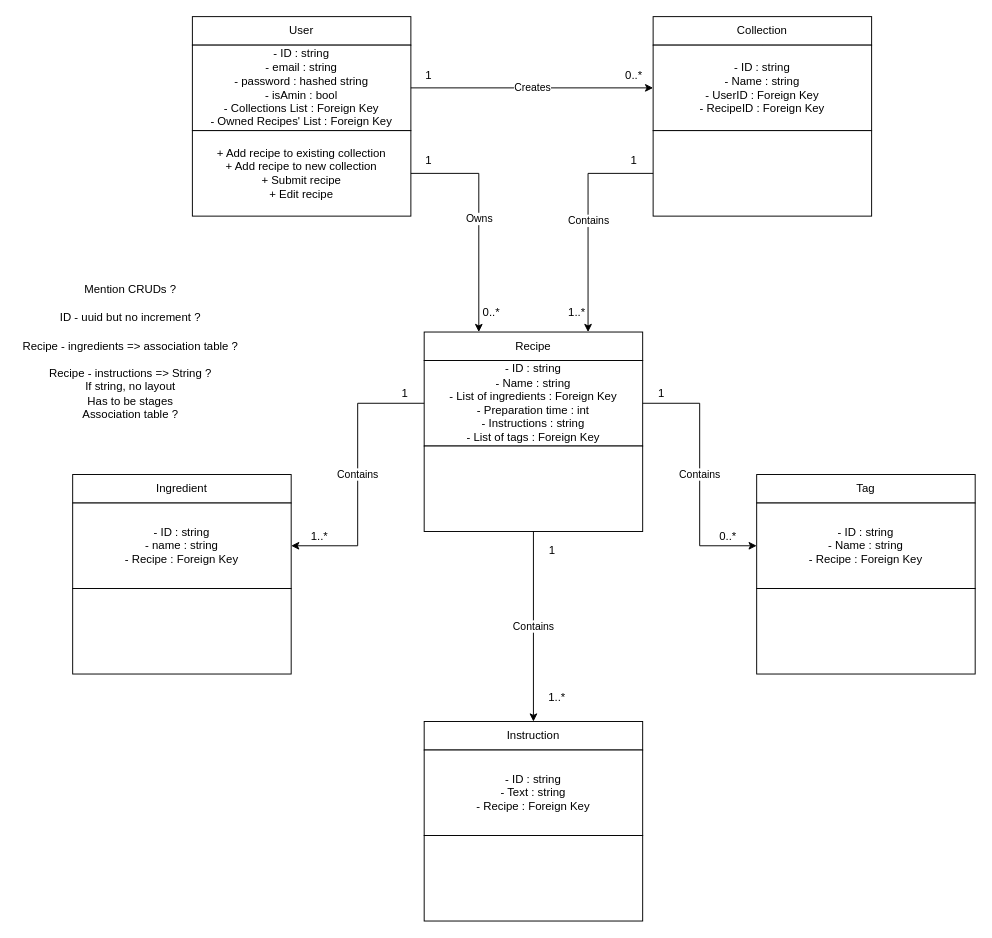
Before: part3/5_components_-_classes_-_database_design/ClassDiagram.drawio in jmitchell35/holbertonschool-portfolio_project, a draw.io diagram. Source tidied: cells renumbered, new cells numbered last; positions are measured from the earlier drawing's top-left corner, leaving out a move shared by most shapes. Both pictures are drawn from the tidied source at 95%, with x=0, y=0 at pixel (16, 16).
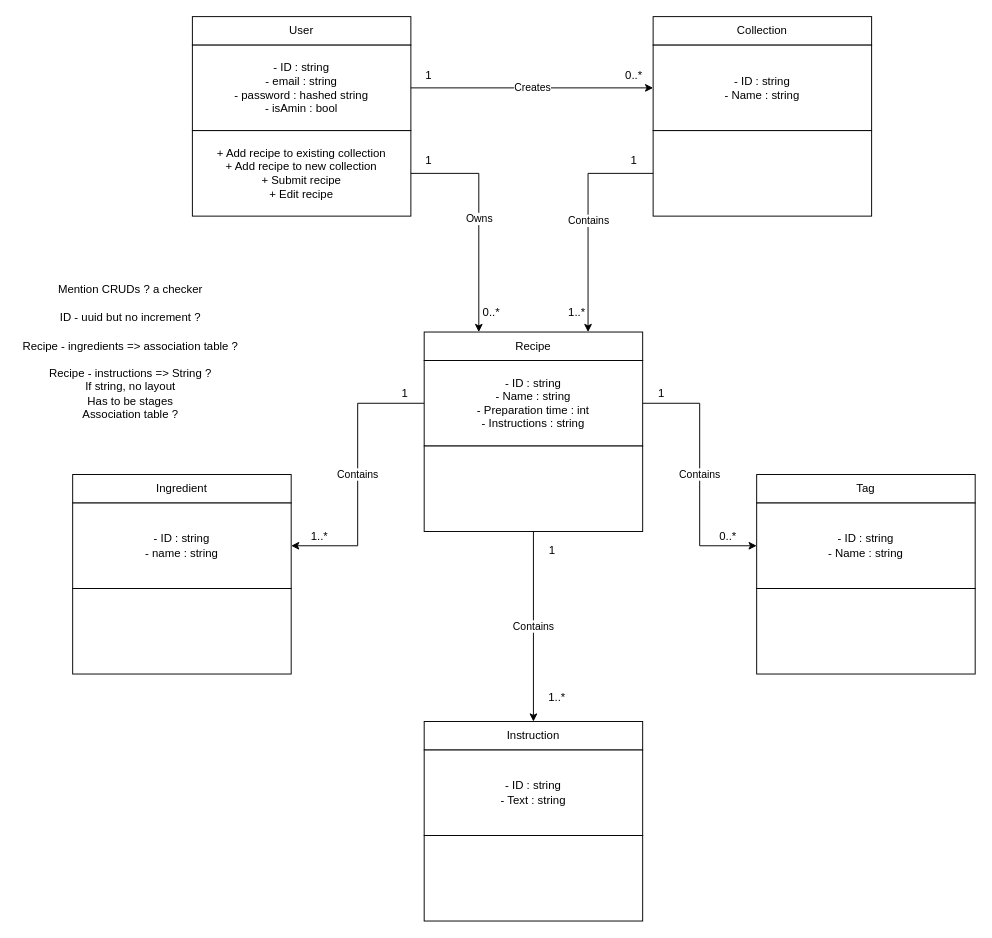
The same diagram, later.

Commit message:
Update ClassDiagram.drawio - removed foreign key

Unchanged cells that the change refers to:
```xml
<mxCell id="2" style="group;" parent="1" vertex="1">
  <mxGeometry x="429" y="332" width="230" height="210" as="geometry" />
</mxCell>
<mxCell id="7" style="group;" parent="1" vertex="1">
  <mxGeometry x="59" y="482" width="230" height="210" as="geometry" />
</mxCell>
<mxCell id="18" style="group;" parent="1" vertex="1">
  <mxGeometry x="779" y="482" width="230" height="210" as="geometry" />
</mxCell>
<mxCell id="26" style="group;" parent="1" vertex="1">
  <mxGeometry x="429" y="742" width="230" height="210" as="geometry" />
</mxCell>
<mxCell id="34" style="group;" parent="1" vertex="1">
  <mxGeometry x="185" width="230" height="210" as="geometry" />
</mxCell>
<mxCell id="42" style="group;" parent="1" vertex="1">
  <mxGeometry x="670" width="230" height="210" as="geometry" />
</mxCell>
```

Change to the diagram source:
```diff
@@
-    <mxCell id="5" value="&lt;div&gt;- ID : string&lt;/div&gt;&lt;div&gt;- Name : string&lt;/div&gt;&lt;div&gt;- List of ingredients : Foreign Key&lt;/div&gt;&lt;div&gt;- Preparation time : int&lt;/div&gt;&lt;div&gt;- Instructions : string&lt;/div&gt;&lt;div&gt;- List of tags : Foreign Key&lt;/div&gt;" style="rounded=0;whiteSpace=wrap;html=1;" parent="2" vertex="1">
+    <mxCell id="5" value="&lt;div&gt;- ID : string&lt;/div&gt;&lt;div&gt;- Name : string&lt;/div&gt;&lt;div&gt;- Preparation time : int&lt;/div&gt;&lt;div&gt;- Instructions : string&lt;/div&gt;" style="rounded=0;whiteSpace=wrap;html=1;" parent="2" vertex="1">
       <mxGeometry y="30" width="230" height="90" as="geometry" />
     </mxCell>
@@
-    <mxCell id="10" value="&lt;div&gt;- ID : string&lt;/div&gt;&lt;div&gt;-&amp;nbsp;name :&amp;nbsp;string&lt;/div&gt;&lt;div&gt;- Recipe : Foreign Key&lt;/div&gt;" style="rounded=0;whiteSpace=wrap;html=1;" parent="7" vertex="1">
+    <mxCell id="10" value="&lt;div&gt;- ID : string&lt;/div&gt;&lt;div&gt;-&amp;nbsp;name :&amp;nbsp;string&lt;/div&gt;" style="rounded=0;whiteSpace=wrap;html=1;" parent="7" vertex="1">
       <mxGeometry y="30" width="230" height="90" as="geometry" />
     </mxCell>
@@
-    <mxCell id="21" value="&lt;div&gt;- ID : string&lt;/div&gt;&lt;div&gt;- Name : string&lt;br&gt;- Recipe : Foreign Key&lt;/div&gt;" style="rounded=0;whiteSpace=wrap;html=1;" parent="18" vertex="1">
+    <mxCell id="21" value="&lt;div&gt;- ID : string&lt;/div&gt;&lt;div&gt;- Name : string&lt;/div&gt;" style="rounded=0;whiteSpace=wrap;html=1;" parent="18" vertex="1">
       <mxGeometry y="30" width="230" height="90" as="geometry" />
     </mxCell>
@@
-    <mxCell id="29" value="&lt;div&gt;- ID : string&lt;/div&gt;&lt;div&gt;- Text : string&lt;/div&gt;&lt;div&gt;- Recipe : Foreign Key&lt;/div&gt;" style="rounded=0;whiteSpace=wrap;html=1;" parent="26" vertex="1">
+    <mxCell id="29" value="&lt;div&gt;- ID : string&lt;/div&gt;&lt;div&gt;- Text : string&lt;/div&gt;" style="rounded=0;whiteSpace=wrap;html=1;" parent="26" vertex="1">
       <mxGeometry y="30" width="230" height="90" as="geometry" />
     </mxCell>
@@
-    <mxCell id="37" value="&lt;div&gt;- ID : string&lt;/div&gt;&lt;div&gt;- email : string&lt;/div&gt;&lt;div&gt;- password : hashed string&lt;/div&gt;&lt;div&gt;&lt;div&gt;- isAmin : bool&lt;/div&gt;&lt;div&gt;- Collections List : Foreign Key&lt;/div&gt;&lt;div&gt;- Owned Recipes' List : Foreign Key&lt;/div&gt;&lt;/div&gt;" style="rounded=0;whiteSpace=wrap;html=1;" parent="34" vertex="1">
+    <mxCell id="37" value="&lt;div&gt;- ID : string&lt;/div&gt;&lt;div&gt;- email : string&lt;/div&gt;&lt;div&gt;- password : hashed string&lt;/div&gt;&lt;div&gt;&lt;div&gt;- isAmin : bool&lt;/div&gt;&lt;/div&gt;" style="rounded=0;whiteSpace=wrap;html=1;" parent="34" vertex="1">
       <mxGeometry y="30" width="230" height="90" as="geometry" />
     </mxCell>
@@
-    <mxCell id="45" value="&lt;div&gt;- ID : string&lt;/div&gt;&lt;div&gt;- Name : string&lt;/div&gt;&lt;div&gt;- UserID : Foreign Key&lt;/div&gt;&lt;div&gt;- RecipeID : Foreign Key&lt;/div&gt;" style="rounded=0;whiteSpace=wrap;html=1;" parent="42" vertex="1">
+    <mxCell id="45" value="&lt;div&gt;- ID : string&lt;/div&gt;&lt;div&gt;- Name : string&lt;/div&gt;" style="rounded=0;whiteSpace=wrap;html=1;" parent="42" vertex="1">
       <mxGeometry y="30" width="230" height="90" as="geometry" />
     </mxCell>
@@
-    <mxCell id="53" value="Mention CRUDs ?" style="text;html=1;align=center;verticalAlign=middle;whiteSpace=wrap;rounded=0;" parent="1" vertex="1">
+    <mxCell id="53" value="Mention CRUDs ? a checker" style="text;html=1;align=center;verticalAlign=middle;whiteSpace=wrap;rounded=0;" parent="1" vertex="1">
       <mxGeometry y="272" width="240" height="30" as="geometry" />
     </mxCell>
```
